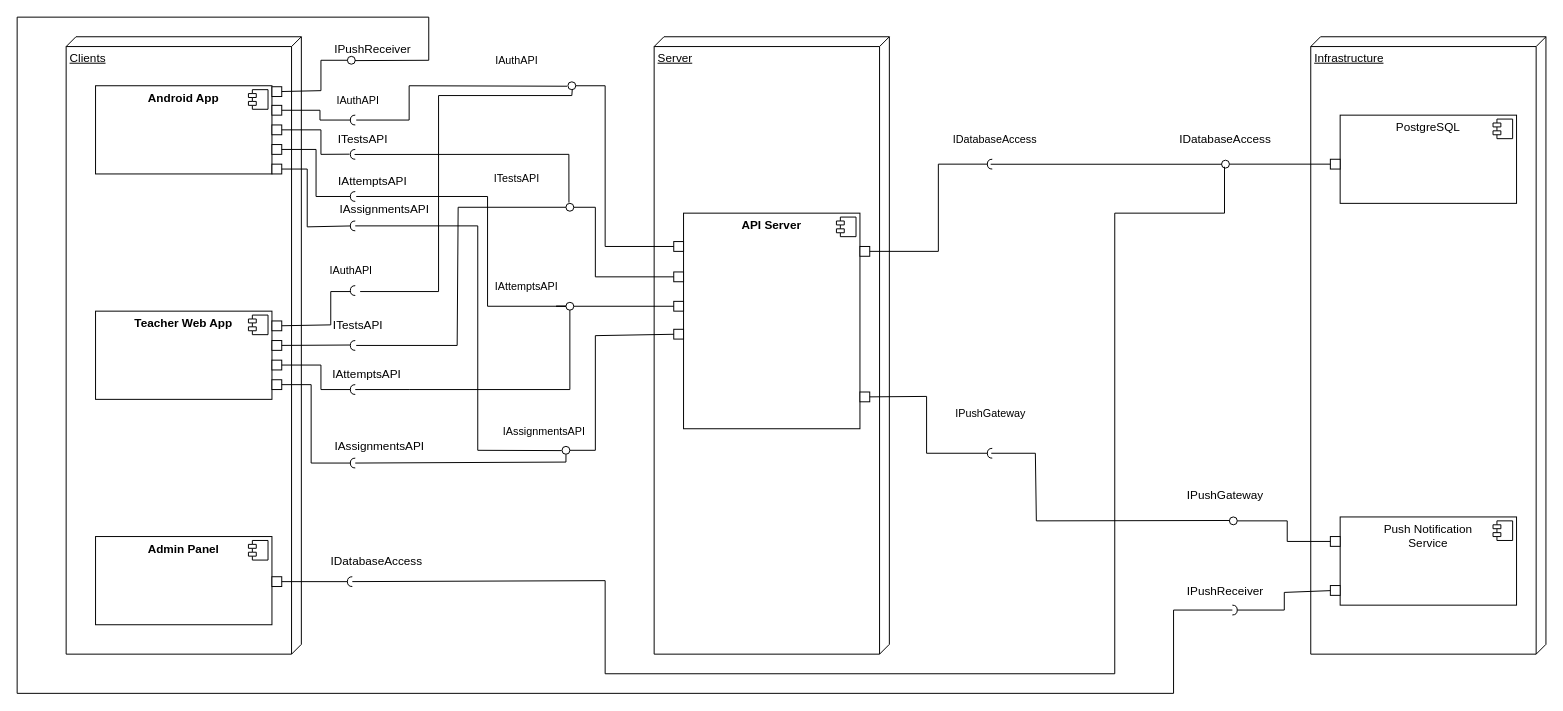
Before: diagrams/modules.drawio in KirillKurril/diplom, a draw.io diagram. Source tidied: cells renumbered, new cells numbered last; positions are measured from the earlier drawing's top-left corner, leaving out a move shared by most shapes. Both pictures are drawn from the tidied source at 98%, with x=0, y=0 at pixel (17, 17).
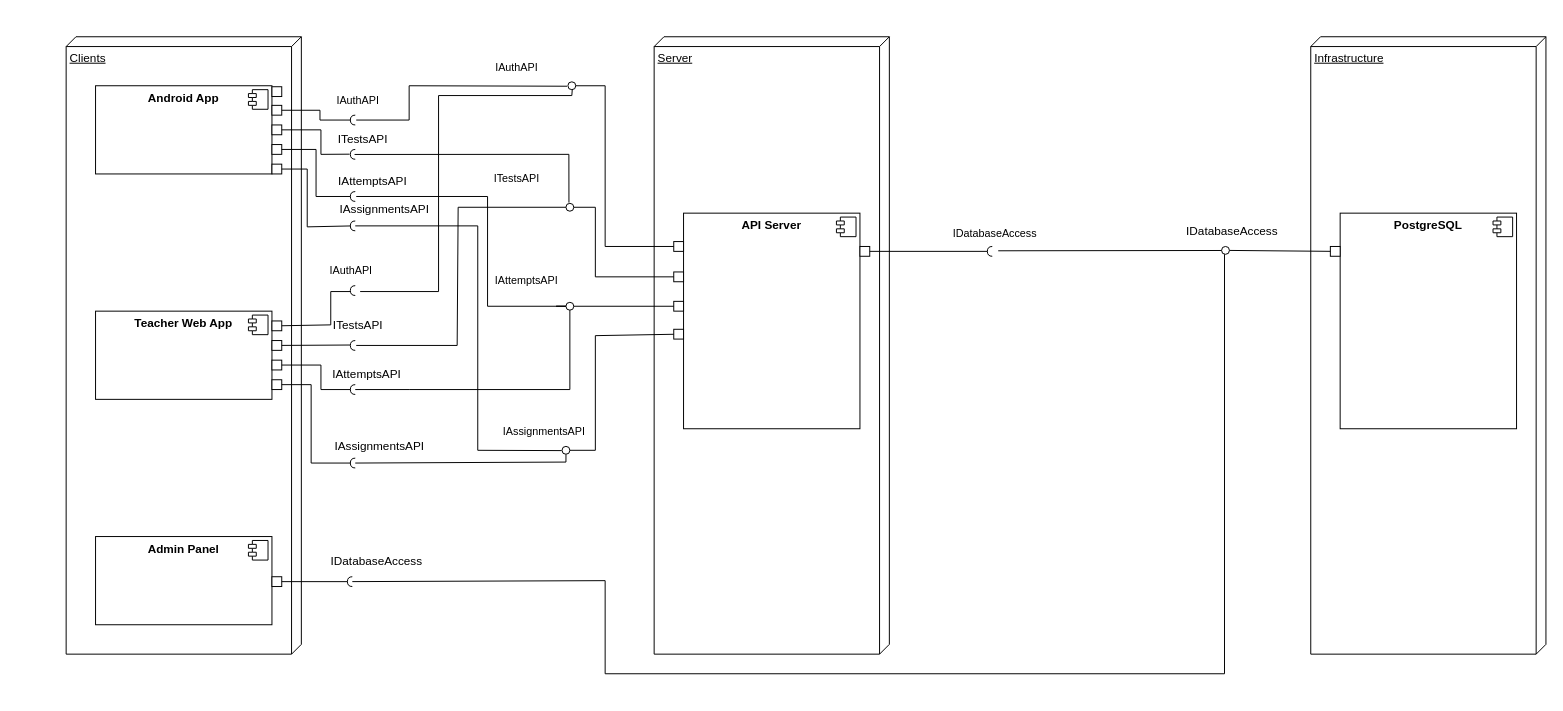
After the change.

Unchanged cells that the change refers to:
```xml
<mxCell id="29" style="html=1;rounded=0;" parent="1" vertex="1">
  <mxGeometry x="860" y="234" width="10" height="10" as="geometry" />
</mxCell>
<mxCell id="51" style="html=1;rounded=0;" parent="1" vertex="1">
  <mxGeometry x="260" y="71" width="10" height="10" as="geometry" />
</mxCell>
<mxCell id="84" style="shape=requiredInterface;html=1;fontSize=11;align=center;fillColor=none;points=[];verticalAlign=bottom;labelPosition=center;verticalLabelPosition=top;flipH=1;" parent="1" vertex="1">
  <mxGeometry x="337" y="571" width="5" height="10" as="geometry" />
</mxCell>
```

Diff of the diagram source:
```diff
@@
-    <mxCell id="13" value="&lt;p style=&quot;margin:0px;margin-top:6px;text-align:center;&quot;&gt;PostgreSQL&lt;/p&gt;" style="align=left;overflow=fill;html=1;whiteSpace=wrap;" parent="1" vertex="1">
-      <mxGeometry x="1350" y="100" width="180" height="90" as="geometry" />
+    <mxCell id="13" value="&lt;p style=&quot;margin:0px;margin-top:6px;text-align:center;&quot;&gt;&lt;b&gt;PostgreSQL&lt;/b&gt;&lt;/p&gt;" style="align=left;overflow=fill;html=1;whiteSpace=wrap;" parent="1" vertex="1">
+      <mxGeometry x="1350" y="200" width="180" height="220" as="geometry" />
     </mxCell>
@@
-    <mxCell id="15" value="&lt;p style=&quot;margin:0px;margin-top:6px;text-align:center;&quot;&gt;Push Notification&lt;br&gt;Service&lt;/p&gt;" style="align=left;overflow=fill;html=1;whiteSpace=wrap;" parent="1" vertex="1">
-      <mxGeometry x="1350" y="510" width="180" height="90" as="geometry" />
-    </mxCell>
-    <mxCell id="16" style="shape=component;jettyWidth=8;jettyHeight=4;" parent="15" vertex="1">
-      <mxGeometry x="1" width="20" height="20" relative="1" as="geometry">
-        <mxPoint x="-24" y="4" as="offset" />
-      </mxGeometry>
-    </mxCell>
@@
-    <mxCell id="30" style="endArrow=none;html=1;rounded=0;align=center;verticalAlign=top;endFill=0;labelBackgroundColor=none;endSize=2;" parent="1" edge="1" source="29" target="31">
-      <mxGeometry relative="1" as="geometry">
-        <Array as="points">
-          <mxPoint x="940" y="239" />
-          <mxPoint x="940" y="150" />
-        </Array>
-      </mxGeometry>
-    </mxCell>
-    <mxCell id="31" style="shape=requiredInterface;html=1;fontSize=11;align=center;fillColor=none;points=[];verticalAlign=bottom;labelPosition=center;verticalLabelPosition=top;flipH=1;" parent="1" vertex="1">
-      <mxGeometry x="990" y="145" width="5" height="10" as="geometry" />
-    </mxCell>
-    <mxCell id="32" style="html=1;rounded=0;" parent="1" vertex="1">
-      <mxGeometry x="860" y="382.5" width="10" height="10" as="geometry" />
-    </mxCell>
-    <mxCell id="33" style="endArrow=none;html=1;rounded=0;align=center;verticalAlign=top;endFill=0;labelBackgroundColor=none;endSize=2;" parent="1" edge="1" source="32" target="34">
-      <mxGeometry relative="1" as="geometry">
-        <Array as="points">
-          <mxPoint x="928" y="387" />
-          <mxPoint x="928" y="445" />
-        </Array>
-      </mxGeometry>
-    </mxCell>
-    <mxCell id="34" value="&#10;IPushGateway&#10;&#10;" style="shape=requiredInterface;html=1;fontSize=11;align=center;fillColor=none;points=[];verticalAlign=bottom;labelPosition=center;verticalLabelPosition=top;flipH=1;" parent="1" vertex="1">
-      <mxGeometry x="990" y="440" width="5" height="10" as="geometry" />
-    </mxCell>
@@
-    <mxCell id="52" style="endArrow=none;html=1;rounded=0;align=center;verticalAlign=top;endFill=0;labelBackgroundColor=none;endSize=2;" parent="1" edge="1" source="51" target="53">
-      <mxGeometry relative="1" as="geometry">
-        <Array as="points">
-          <mxPoint x="310" y="75" />
-          <mxPoint x="310" y="44" />
-        </Array>
-      </mxGeometry>
-    </mxCell>
-    <mxCell id="53" style="ellipse;html=1;fontSize=11;align=center;fillColor=none;points=[];verticalAlign=bottom;labelPosition=center;verticalLabelPosition=top;flipH=1;" parent="1" vertex="1">
-      <mxGeometry x="337" y="40" width="8" height="8" as="geometry" />
-    </mxCell>
-    <mxCell id="54" style="html=1;rounded=0;" parent="1" vertex="1">
-      <mxGeometry x="1340" y="530" width="10" height="10" as="geometry" />
-    </mxCell>
-    <mxCell id="55" style="html=1;rounded=0;" parent="1" vertex="1">
-      <mxGeometry x="1340" y="580" width="10" height="10" as="geometry" />
-    </mxCell>
-    <mxCell id="56" style="endArrow=none;html=1;rounded=0;align=center;verticalAlign=top;endFill=0;labelBackgroundColor=none;endSize=2;" parent="1" edge="1" source="55" target="57">
-      <mxGeometry relative="1" as="geometry">
-        <Array as="points">
-          <mxPoint x="1293" y="587" />
-          <mxPoint x="1293" y="605" />
-        </Array>
-      </mxGeometry>
-    </mxCell>
-    <mxCell id="57" style="shape=requiredInterface;html=1;fontSize=11;align=center;fillColor=none;points=[];verticalAlign=bottom;labelPosition=center;verticalLabelPosition=top;flipH=1;rotation=-180;" parent="1" vertex="1">
-      <mxGeometry x="1240" y="600" width="5" height="10" as="geometry" />
-    </mxCell>
-    <mxCell id="58" style="endArrow=none;html=1;rounded=0;align=center;verticalAlign=top;endFill=0;labelBackgroundColor=none;endSize=2;" parent="1" edge="1" source="54" target="59">
-      <mxGeometry relative="1" as="geometry">
-        <Array as="points">
-          <mxPoint x="1296" y="535" />
-          <mxPoint x="1296" y="514" />
-        </Array>
-      </mxGeometry>
-    </mxCell>
-    <mxCell id="59" style="ellipse;html=1;fontSize=11;align=center;fillColor=none;points=[];verticalAlign=bottom;labelPosition=center;verticalLabelPosition=top;flipH=1;" parent="1" vertex="1">
-      <mxGeometry x="1237" y="510" width="8" height="8" as="geometry" />
-    </mxCell>
     <mxCell id="60" style="html=1;rounded=0;" parent="1" vertex="1">
-      <mxGeometry x="1340" y="145" width="10" height="10" as="geometry" />
+      <mxGeometry x="1340" y="234" width="10" height="10" as="geometry" />
     </mxCell>
@@
-    <mxCell id="62" style="ellipse;html=1;fontSize=11;align=center;fillColor=none;points=[];verticalAlign=bottom;labelPosition=center;verticalLabelPosition=top;flipH=1;" parent="1" vertex="1">
-      <mxGeometry x="1229" y="146" width="8" height="8" as="geometry" />
-    </mxCell>
@@
     <mxCell id="78" value="&lt;span style=&quot;font-size: 11px; text-wrap-mode: nowrap;&quot;&gt;IAttemptsAPI&lt;/span&gt;" style="text;html=1;whiteSpace=wrap;strokeColor=none;fillColor=none;align=center;verticalAlign=middle;rounded=0;" parent="1" vertex="1">
-      <mxGeometry x="490" y="260" width="60" height="30" as="geometry" />
+      <mxGeometry x="490" y="254" width="60" height="30" as="geometry" />
     </mxCell>
@@
     <mxCell id="81" value="&lt;span style=&quot;font-size: 11px; text-wrap-mode: nowrap;&quot;&gt;IAuthAPI&lt;/span&gt;" style="text;html=1;whiteSpace=wrap;strokeColor=none;fillColor=none;align=center;verticalAlign=middle;rounded=0;" parent="1" vertex="1">
-      <mxGeometry x="480" y="29" width="60" height="30" as="geometry" />
+      <mxGeometry x="480" y="36" width="60" height="30" as="geometry" />
     </mxCell>
@@
-    <mxCell id="86" style="endArrow=none;html=1;rounded=0;exitX=0.317;exitY=0.51;exitDx=0;exitDy=0;exitPerimeter=0;entryX=0.964;entryY=0.512;entryDx=0;entryDy=0;entryPerimeter=0;" parent="1" edge="1" source="31" target="62">
-      <mxGeometry relative="1" as="geometry" />
+    <mxCell id="86" style="endArrow=none;html=1;rounded=0;exitX=0.317;exitY=0.51;exitDx=0;exitDy=0;exitPerimeter=0;entryX=0.964;entryY=0.512;entryDx=0;entryDy=0;entryPerimeter=0;" parent="1" edge="1" source="62">
+      <mxGeometry relative="1" as="geometry">
+        <mxPoint x="1237" y="238.4" as="targetPoint" />
+      </mxGeometry>
     </mxCell>
     <mxCell id="87" value="&lt;span style=&quot;text-align: left;&quot;&gt;IDatabaseAccess&lt;/span&gt;" style="text;html=1;whiteSpace=wrap;strokeColor=none;fillColor=none;align=center;verticalAlign=middle;rounded=0;" parent="1" vertex="1">
-      <mxGeometry x="1203" y="110" width="60" height="30" as="geometry" />
+      <mxGeometry x="1210" y="204" width="60" height="30" as="geometry" />
     </mxCell>
-    <mxCell id="88" value="&lt;br&gt;IPushGateway" style="text;html=1;whiteSpace=wrap;strokeColor=none;fillColor=none;align=center;verticalAlign=middle;rounded=0;" parent="1" vertex="1">
-      <mxGeometry x="1203" y="465" width="60" height="30" as="geometry" />
-    </mxCell>
-    <mxCell id="89" value="IPushReceiver" style="text;html=1;whiteSpace=wrap;strokeColor=none;fillColor=none;align=center;verticalAlign=middle;rounded=0;" parent="1" vertex="1">
-      <mxGeometry x="1203" y="571" width="60" height="29" as="geometry" />
-    </mxCell>
     <mxCell id="90" value="&lt;br style=&quot;font-size: 11px; text-wrap-mode: nowrap;&quot;&gt;&lt;span style=&quot;font-size: 11px; text-wrap-mode: nowrap;&quot;&gt;IDatabaseAccess&lt;/span&gt;" style="text;html=1;whiteSpace=wrap;strokeColor=none;fillColor=none;align=center;verticalAlign=middle;rounded=0;" parent="1" vertex="1">
-      <mxGeometry x="968" y="102" width="60" height="30" as="geometry" />
+      <mxGeometry x="968" y="198" width="60" height="30" as="geometry" />
     </mxCell>
-    <mxCell id="91" style="endArrow=none;html=1;rounded=0;entryX=0.991;entryY=0.451;entryDx=0;entryDy=0;entryPerimeter=0;" parent="1" edge="1" target="59">
-      <mxGeometry relative="1" as="geometry">
-        <mxPoint x="994" y="445" as="sourcePoint" />
-        <Array as="points">
-          <mxPoint x="1039" y="445" />
-          <mxPoint x="1040" y="514" />
-        </Array>
-      </mxGeometry>
-    </mxCell>
-    <mxCell id="92" style="endArrow=none;html=1;rounded=0;exitX=0.045;exitY=0.542;exitDx=0;exitDy=0;exitPerimeter=0;" parent="1" edge="1" source="53" target="57">
-      <mxGeometry relative="1" as="geometry">
-        <Array as="points">
-          <mxPoint x="420" y="44" />
-          <mxPoint x="420" />
-          <mxPoint />
-          <mxPoint y="690" />
-          <mxPoint x="1180" y="690" />
-          <mxPoint x="1180" y="605" />
-        </Array>
-      </mxGeometry>
-    </mxCell>
-    <mxCell id="93" value="&lt;br&gt;IPushReceiver" style="text;html=1;whiteSpace=wrap;strokeColor=none;fillColor=none;align=center;verticalAlign=middle;rounded=0;" parent="1" vertex="1">
-      <mxGeometry x="332.5" y="10" width="60" height="30" as="geometry" />
-    </mxCell>
@@
     <mxCell id="103" style="endArrow=none;html=1;rounded=0;entryX=0.625;entryY=0.833;entryDx=0;entryDy=0;entryPerimeter=0;" parent="1" edge="1" source="84" target="62">
       <mxGeometry relative="1" as="geometry">
         <Array as="points">
           <mxPoint x="600" y="575" />
           <mxPoint x="600" y="670" />
-          <mxPoint x="1120" y="670" />
-          <mxPoint x="1120" y="200" />
-          <mxPoint x="1232" y="200" />
+          <mxPoint x="1232" y="670" />
         </Array>
       </mxGeometry>
     </mxCell>
+    <mxCell id="104" style="endArrow=none;html=1;rounded=0;exitX=0.317;exitY=0.51;exitDx=0;exitDy=0;exitPerimeter=0;entryX=0.964;entryY=0.512;entryDx=0;entryDy=0;entryPerimeter=0;" parent="1" edge="1" target="62">
+      <mxGeometry relative="1" as="geometry">
+        <mxPoint x="1001.1" y="238.4" as="sourcePoint" />
+      </mxGeometry>
+    </mxCell>
+    <mxCell id="62" style="ellipse;html=1;fontSize=11;align=center;fillColor=default;points=[];verticalAlign=bottom;labelPosition=center;verticalLabelPosition=top;flipH=1;" parent="1" vertex="1">
+      <mxGeometry x="1229" y="234" width="8" height="8" as="geometry" />
+    </mxCell>
+    <mxCell id="30" style="endArrow=none;html=1;rounded=0;align=center;verticalAlign=top;endFill=0;labelBackgroundColor=none;endSize=2;" parent="1" edge="1" source="29" target="31">
+      <mxGeometry relative="1" as="geometry" />
+    </mxCell>
+    <mxCell id="31" style="shape=requiredInterface;html=1;fontSize=11;align=center;fillColor=none;points=[];verticalAlign=bottom;labelPosition=center;verticalLabelPosition=top;flipH=1;" parent="1" vertex="1">
+      <mxGeometry x="990" y="234" width="5" height="10" as="geometry" />
+    </mxCell>
```
